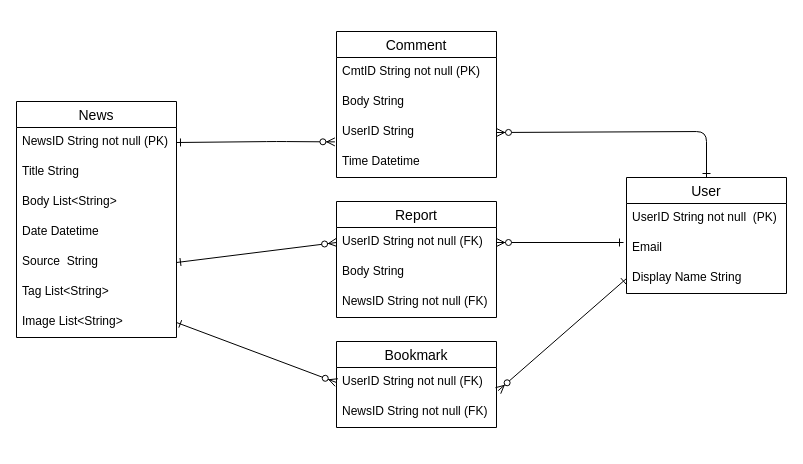
Before: Diagram.drawio in TruongGiaThach/CheemsNews, a draw.io diagram. Source tidied: cells renumbered, new cells numbered last; positions are measured from the earlier drawing's top-left corner, leaving out a move shared by most shapes. Both pictures are drawn from the tidied source at 100%, with x=0, y=0 at pixel (16, 31).
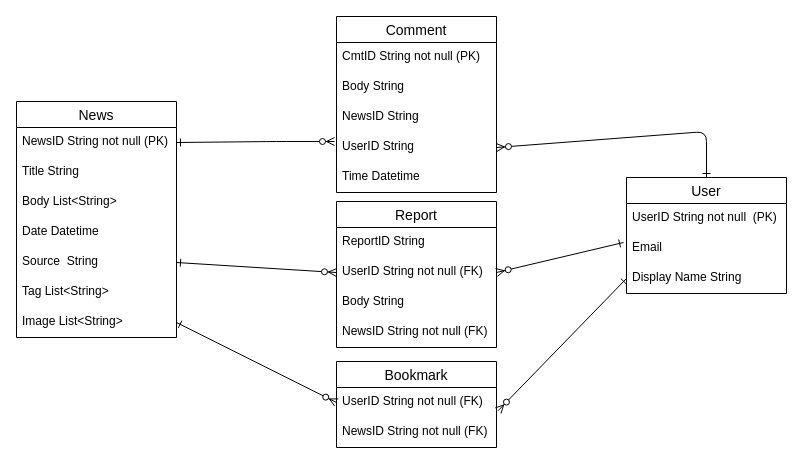
The same diagram, later.

Unchanged cells that the change refers to:
```xml
<mxCell id="14" value="NewsID String not null (PK)" style="text;strokeColor=none;fillColor=none;spacingLeft=4;spacingRight=4;overflow=hidden;points=[[0,0.5],[1,0.5]];portConstraint=eastwest;fontSize=12;" parent="13" vertex="1">
  <mxGeometry y="26" width="160" height="30" as="geometry" />
</mxCell>
```

Diff of the diagram source:
```diff
@@
     <mxCell id="6" value="Report" style="swimlane;fontStyle=0;horizontal=1;startSize=26;align=center;fontSize=14;" parent="1" vertex="1">
-      <mxGeometry x="320" y="170" width="160" height="116" as="geometry" />
+      <mxGeometry x="320" y="170" width="160" height="146" as="geometry" />
     </mxCell>
+    <mxCell id="32" value="ReportID String" style="text;strokeColor=none;fillColor=none;spacingLeft=4;spacingRight=4;overflow=hidden;fontSize=12;" parent="6" vertex="1">
+      <mxGeometry y="26" width="160" height="30" as="geometry" />
+    </mxCell>
     <mxCell id="7" value="UserID String not null (FK)" style="text;strokeColor=none;fillColor=none;spacingLeft=4;spacingRight=4;overflow=hidden;points=[[0,0.5],[1,0.5]];portConstraint=eastwest;fontSize=12;" parent="6" vertex="1">
-      <mxGeometry y="26" width="160" height="30" as="geometry" />
+      <mxGeometry y="56" width="160" height="30" as="geometry" />
     </mxCell>
     <mxCell id="8" value="Body String" style="text;strokeColor=none;fillColor=none;spacingLeft=4;spacingRight=4;overflow=hidden;fontSize=12;" parent="6" vertex="1">
-      <mxGeometry y="56" width="160" height="30" as="geometry" />
+      <mxGeometry y="86" width="160" height="30" as="geometry" />
     </mxCell>
     <mxCell id="9" value="NewsID String not null (FK)" style="text;strokeColor=none;fillColor=none;spacingLeft=4;spacingRight=4;overflow=hidden;fontSize=12;" parent="6" vertex="1">
-      <mxGeometry y="86" width="160" height="30" as="geometry" />
+      <mxGeometry y="116" width="160" height="30" as="geometry" />
     </mxCell>
     <mxCell id="10" value="Bookmark" style="swimlane;fontStyle=0;horizontal=1;startSize=26;align=center;fontSize=14;" parent="1" vertex="1">
-      <mxGeometry x="320" y="310" width="160" height="86" as="geometry" />
+      <mxGeometry x="320" y="330" width="160" height="86" as="geometry" />
     </mxCell>
@@
     <mxCell id="21" value="Comment" style="swimlane;fontStyle=0;horizontal=1;startSize=26;align=center;fontSize=14;" parent="1" vertex="1">
-      <mxGeometry x="320" width="160" height="146" as="geometry" />
+      <mxGeometry x="320" y="-15" width="160" height="176" as="geometry" />
     </mxCell>
@@
+    <mxCell id="33" value="NewsID String" style="text;strokeColor=none;fillColor=none;spacingLeft=4;spacingRight=4;overflow=hidden;fontSize=12;" parent="21" vertex="1">
+      <mxGeometry y="86" width="160" height="30" as="geometry" />
+    </mxCell>
     <mxCell id="24" value="UserID String" style="text;strokeColor=none;fillColor=none;spacingLeft=4;spacingRight=4;overflow=hidden;points=[[0,0.5],[1,0.5]];portConstraint=eastwest;fontSize=12;" parent="21" vertex="1">
-      <mxGeometry y="86" width="160" height="30" as="geometry" />
+      <mxGeometry y="116" width="160" height="30" as="geometry" />
     </mxCell>
     <mxCell id="25" value="Time Datetime" style="text;strokeColor=none;fillColor=none;spacingLeft=4;spacingRight=4;overflow=hidden;fontSize=12;" parent="21" vertex="1">
-      <mxGeometry y="116" width="160" height="30" as="geometry" />
+      <mxGeometry y="146" width="160" height="30" as="geometry" />
     </mxCell>
@@
-    <mxCell id="27" style="fontSize=12;html=1;endArrow=ERzeroToMany;startArrow=ERone;startFill=0;elbow=vertical;exitX=1;exitY=0.5;exitDx=0;exitDy=0;entryX=-0.01;entryY=0.813;entryDx=0;entryDy=0;entryPerimeter=0;" parent="1" edge="1" source="14" target="24">
+    <mxCell id="27" style="fontSize=12;html=1;endArrow=ERzeroToMany;startArrow=ERone;startFill=0;elbow=vertical;exitX=1;exitY=0.5;exitDx=0;exitDy=0;" parent="1" edge="1" source="14">
       <mxGeometry relative="1" as="geometry">
+        <mxPoint x="318" y="110" as="targetPoint" />
         <Array as="points">
           <mxPoint x="260" y="110" />
         </Array>
       </mxGeometry>
     </mxCell>
```
